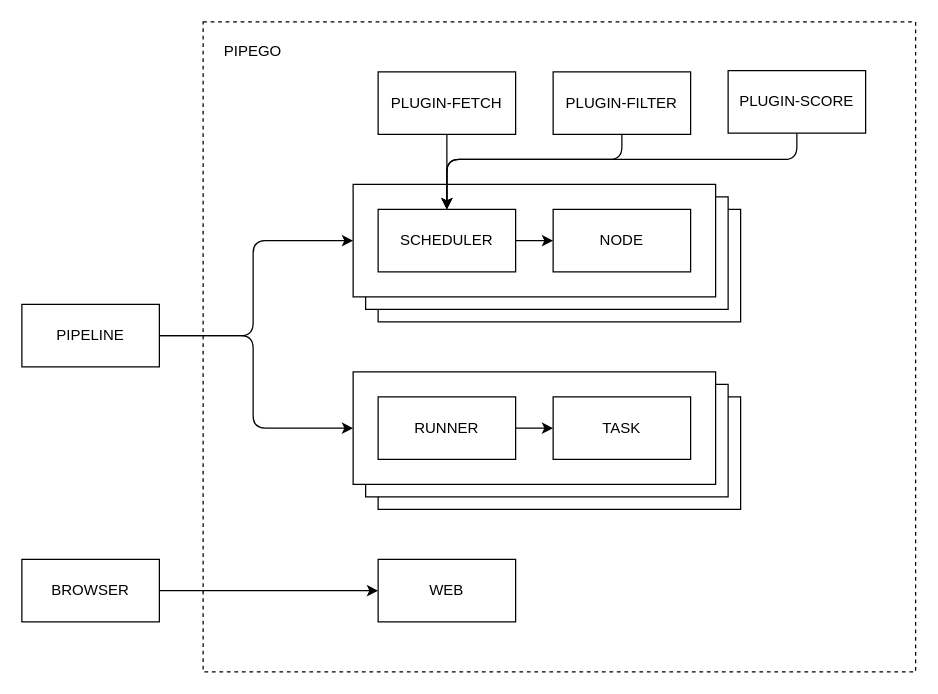
This is diagram.drawio from pipego/deploy, a draw.io file, before an edit. Source tidied: cells renumbered, new cells numbered last; positions are measured from the earlier drawing's top-left corner, leaving out a move shared by most shapes. Both pictures are drawn from the tidied source at 125%, with x=0, y=0 at pixel (21, 21).
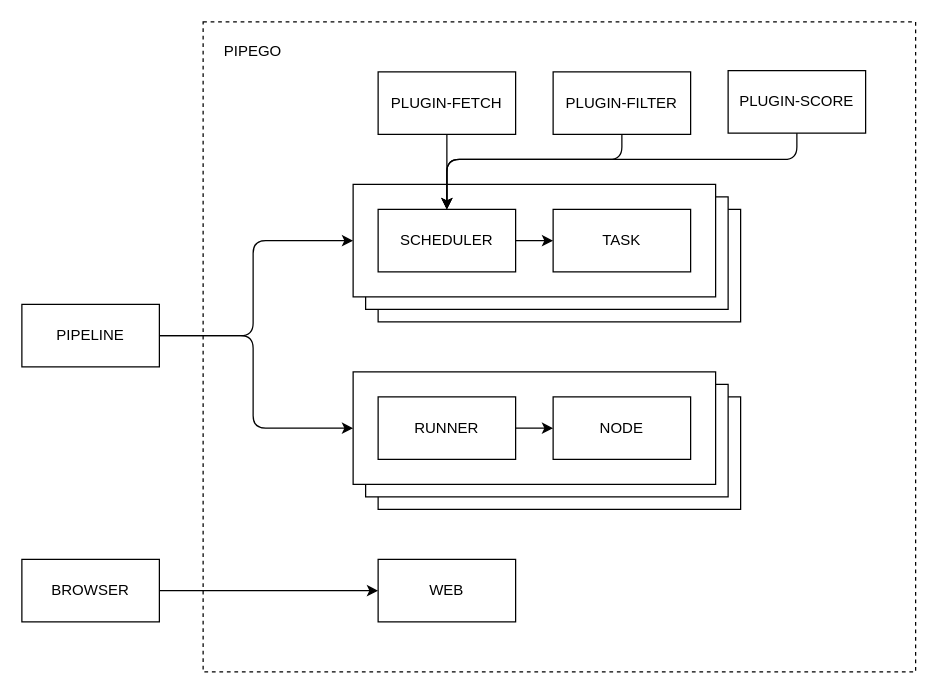
The same page after the edit.

Commit message (it also covers changes not shown here):
doc(diagram): update diagram for node and task

What changed in the source:
```diff
@@
-    <mxCell id="10" value="NODE" style="rounded=0;whiteSpace=wrap;html=1;" parent="1" vertex="1">
+    <mxCell id="10" value="TASK" style="rounded=0;whiteSpace=wrap;html=1;" parent="1" vertex="1">
       <mxGeometry x="425" y="150" width="110" height="50" as="geometry" />
     </mxCell>
@@
-    <mxCell id="16" value="TASK" style="rounded=0;whiteSpace=wrap;html=1;" parent="1" vertex="1">
+    <mxCell id="16" value="NODE" style="rounded=0;whiteSpace=wrap;html=1;" parent="1" vertex="1">
       <mxGeometry x="425" y="300" width="110" height="50" as="geometry" />
     </mxCell>
```
